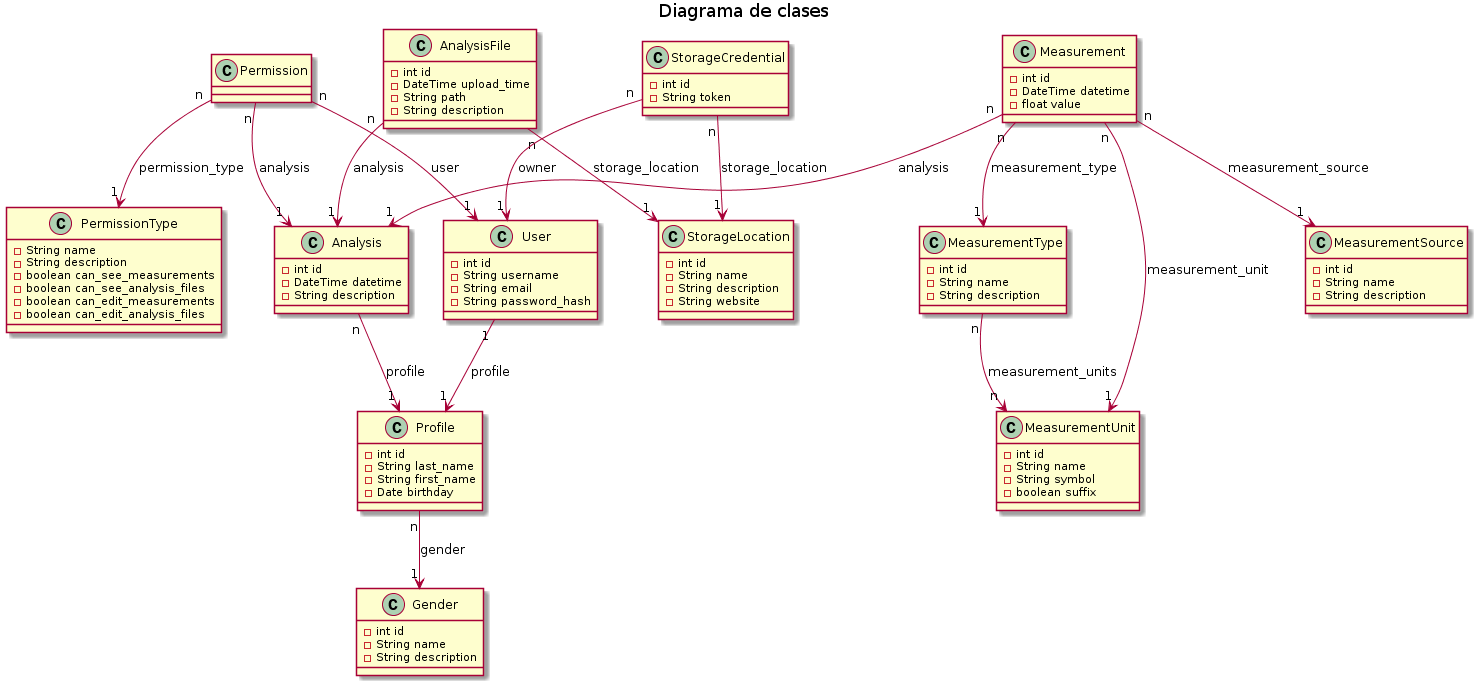
This is practicos/Diseño_Desarrollo_e_Implementación/img/5-diagramaClases.png from yaninagm/doc, a PlantUML export, as it was before one commit.
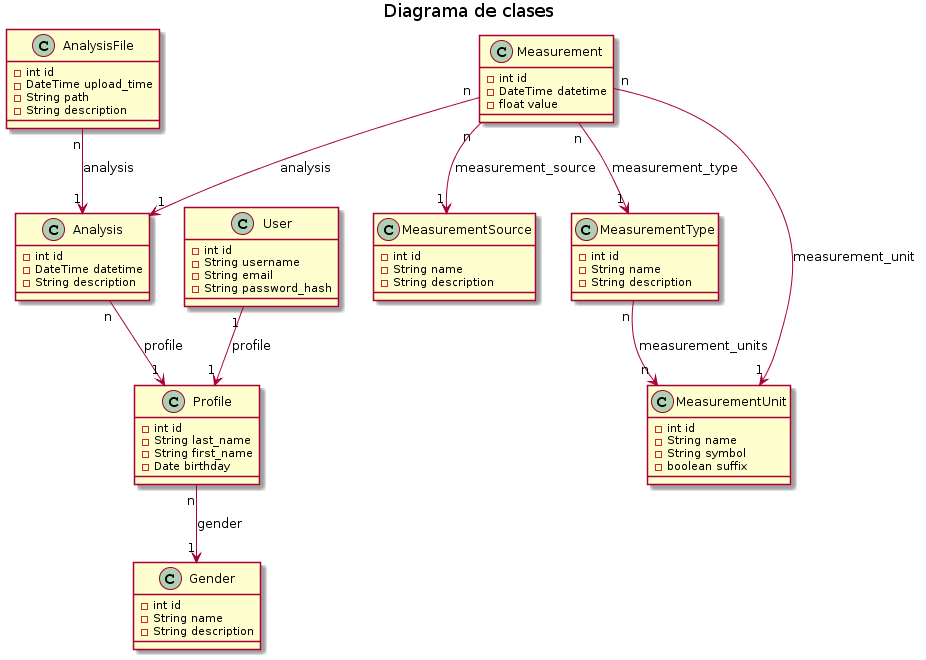
Above is the later version.

Commit message:
Casos de uso, clases y descripción de clases

The edit, as a diff of the source:
```diff
@@ -1,5 +1,4 @@
-@startuml diagramaClases.png
-
+@startuml
 title Diagrama de clases
 
 class Gender {
@@ -60,29 +59,8 @@
     -String description
 }
 
-class Permission {
-}
 
-class PermissionType {
-    -String name
-    -String description
-    -boolean can_see_measurements
-    -boolean can_see_analysis_files
-    -boolean can_edit_measurements
-    -boolean can_edit_analysis_files
-}
 
-class StorageLocation {
-    -int id
-    -String name
-    -String description
-    -String website
-}
-
-class StorageCredential {
-    -int id
-    -String token
-}
 
 
 
@@ -98,14 +76,6 @@
 User "1" --> "1" Profile : profile
 
 AnalysisFile "n" --> "1" Analysis : analysis
-AnalysisFile "n" --> "1" StorageLocation : storage_location
+
 Analysis "n" --> "1" Profile : profile
-
-Permission "n" --> "1" Analysis : analysis
-Permission "n" --> "1" PermissionType : permission_type
-Permission "n" --> "1" User : user
-
-StorageCredential "n" --> "1" User : owner
-StorageCredential "n" --> "1" StorageLocation : storage_location
-
 @enduml
```
